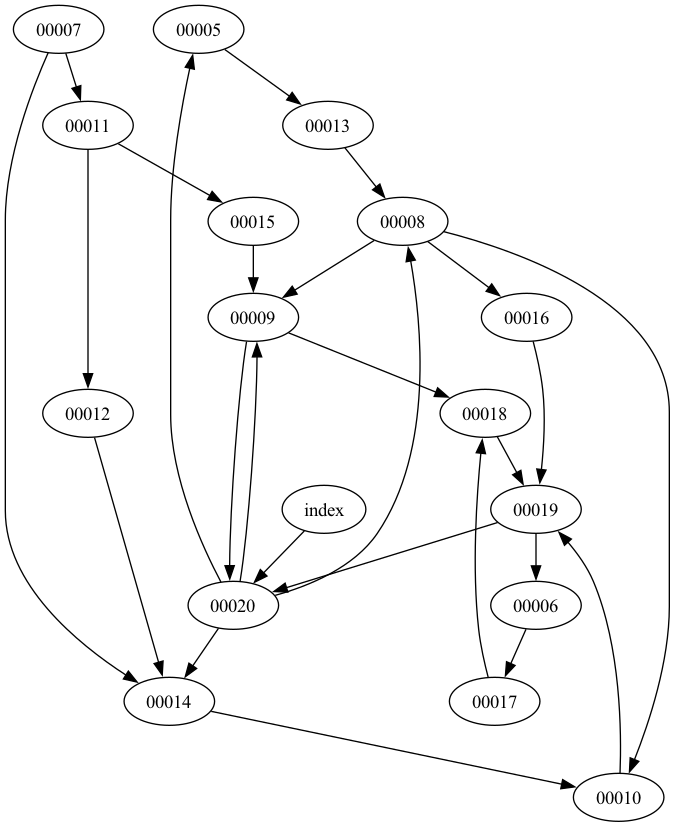
kvnchpl/jungle keeps this Graphviz diagram as zine_graph.png. Above is the earlier version. Its source is kept beside it as zine_graph.dot.
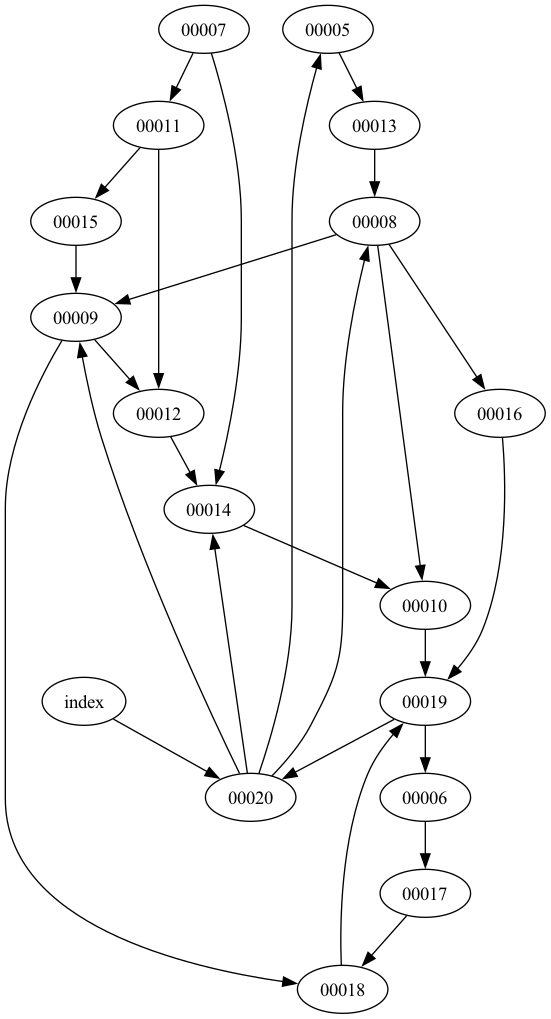
Later version of the same file.

What changed in the source:
```diff
@@ -32,7 +32,7 @@
     "00008" -> "00016";
     "00008" -> "00009";
     "00008" -> "00010";
-    "00009" -> "00020";
+    "00009" -> "00012";
     "00009" -> "00018";
     "00013" -> "00008";
     "00005" -> "00013";
```
